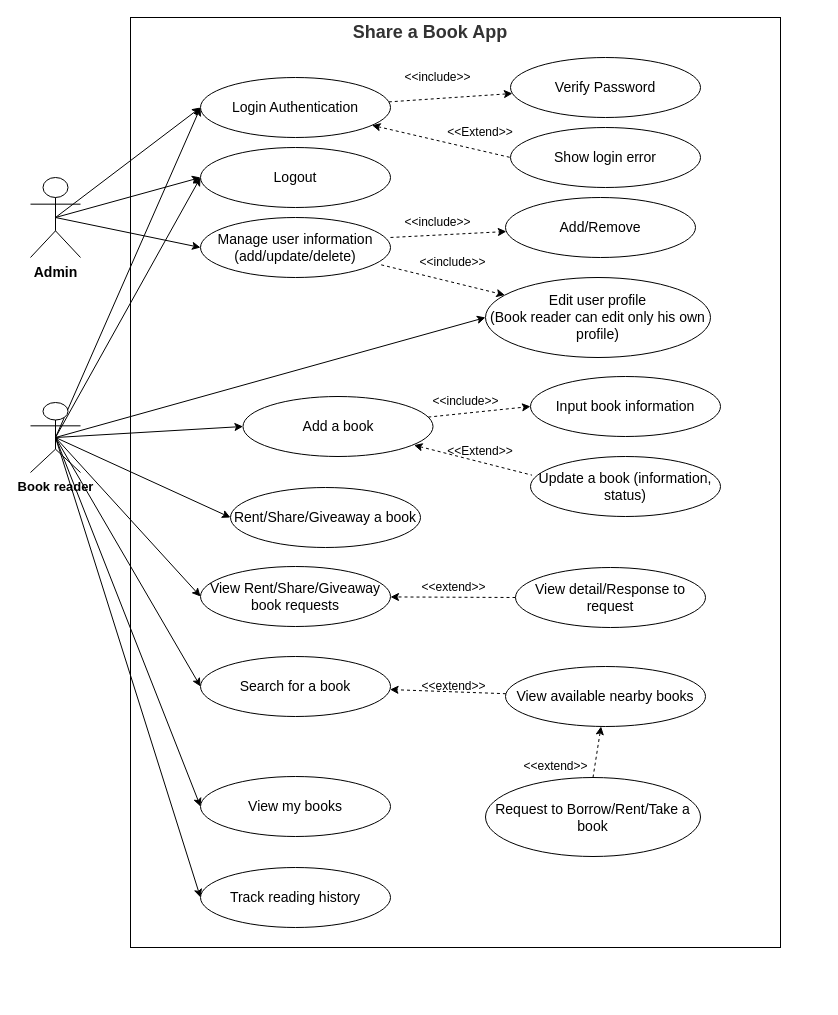
Before: BluePrint/UsecaseDiagram.drawio in Minh-BuiQuang/CSIS3175TermProject, a draw.io diagram. Source tidied: cells renumbered, new cells numbered last; positions are measured from the earlier drawing's top-left corner, leaving out a move shared by most shapes. Both pictures are drawn from the tidied source at 100%, with x=0, y=0 at pixel (30, 17).
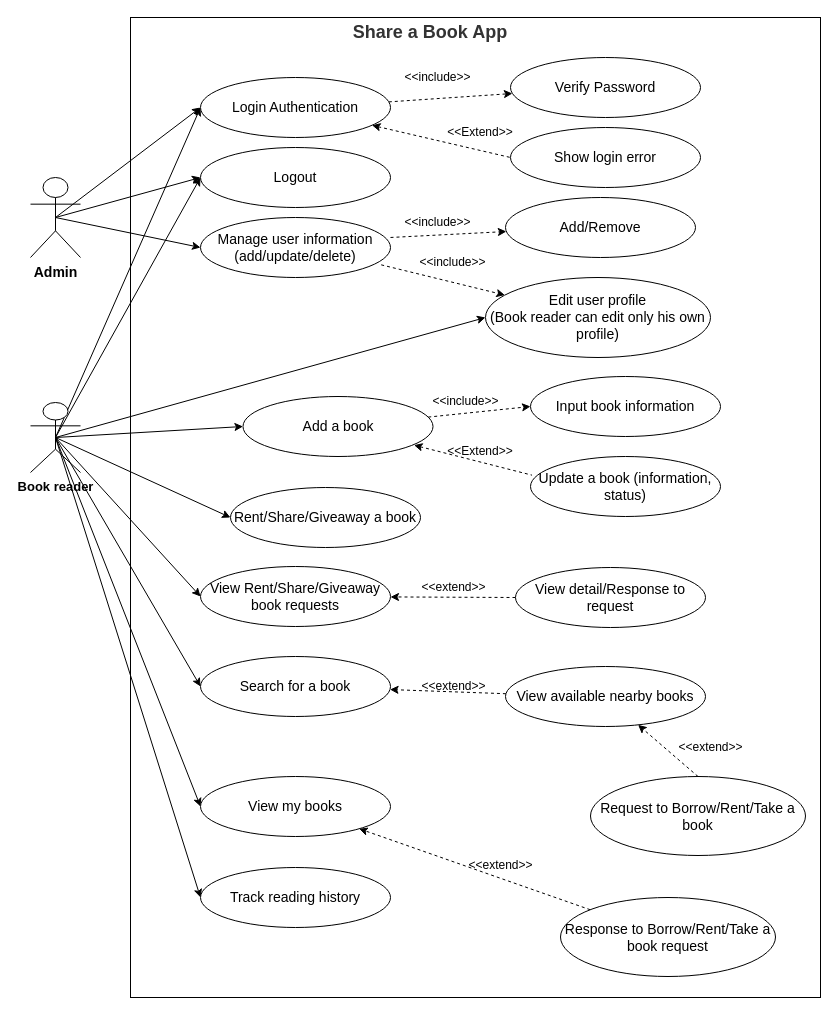
Above is the later version.

Commit message (it also covers changes not shown here):
Add back in a deleted use case

Unchanged cells that the change refers to:
```xml
<mxCell id="31" value="View my books" style="ellipse;whiteSpace=wrap;html=1;fontSize=14;" parent="1" vertex="1">
  <mxGeometry x="170" y="759" width="190" height="60" as="geometry" />
</mxCell>
```

The edit, as a diff of the source:
```diff
@@
     <mxCell id="33" value="Request to Borrow/Rent/Take a book" style="ellipse;whiteSpace=wrap;html=1;fontSize=14;" parent="1" vertex="1">
-      <mxGeometry x="455" y="760" width="215" height="79" as="geometry" />
+      <mxGeometry x="560" y="759" width="215" height="79" as="geometry" />
     </mxCell>
@@
     <mxCell id="53" value="&amp;lt;&amp;lt;extend&amp;gt;&amp;gt;" style="text;html=1;align=center;verticalAlign=middle;strokeColor=none;fillColor=none;" parent="1" vertex="1">
-      <mxGeometry x="485" y="739" width="80" height="20" as="geometry" />
+      <mxGeometry x="640" y="720" width="80" height="20" as="geometry" />
     </mxCell>
-    <mxCell id="54" style="rounded=0;whiteSpace=wrap;html=1;fillColor=none;" parent="1" vertex="1">
-      <mxGeometry x="100" width="650" height="930" as="geometry" />
-    </mxCell>
+    <mxCell id="55" style="rounded=0;jettySize=auto;html=1;dashed=1;" parent="1" edge="1" source="56" target="31">
+      <mxGeometry relative="1" as="geometry" />
+    </mxCell>
+    <mxCell id="56" value="Response to Borrow/Rent/Take a book request" style="ellipse;whiteSpace=wrap;html=1;fontSize=14;" parent="1" vertex="1">
+      <mxGeometry x="530" y="880" width="215" height="79" as="geometry" />
+    </mxCell>
+    <mxCell id="57" value="&amp;lt;&amp;lt;extend&amp;gt;&amp;gt;" style="text;html=1;align=center;verticalAlign=middle;strokeColor=none;fillColor=none;" parent="1" vertex="1">
+      <mxGeometry x="430" y="838" width="80" height="20" as="geometry" />
+    </mxCell>
+    <mxCell id="58" style="rounded=0;whiteSpace=wrap;html=1;fillColor=none;" parent="1" vertex="1">
+      <mxGeometry x="100" width="690" height="980" as="geometry" />
+    </mxCell>
```
